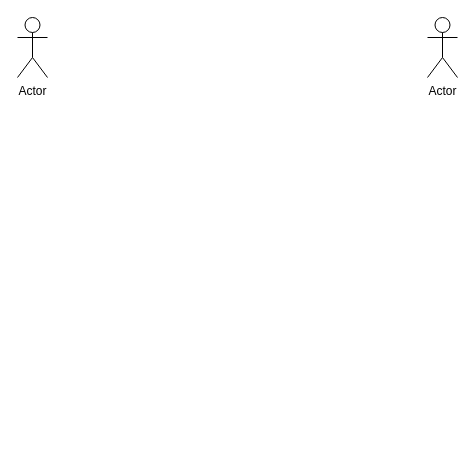
Earlier version of the draw.io diagram page "Página-1" (1 of 2) of start.drawio (BrunoSprint/drawio). Source tidied: cells renumbered, new cells numbered last; positions are measured from the earlier drawing's top-left corner, leaving out a move shared by most shapes. Both pictures are drawn from the tidied source at 100%, with x=0, y=0 at pixel (17, 17).
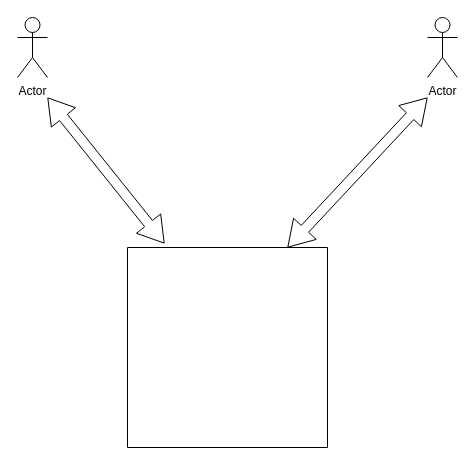
After the change.

The edit, as a diff of the source:
```diff
@@
 <mxGraphModel>
   <root>
     <mxCell id="0" />
     <mxCell id="1" parent="0" />
     <mxCell id="2" value="Actor" style="shape=umlActor;verticalLabelPosition=bottom;verticalAlign=top;html=1;" parent="1" vertex="1">
       <mxGeometry width="30" height="60" as="geometry" />
     </mxCell>
     <mxCell id="3" value="Actor" style="shape=umlActor;verticalLabelPosition=bottom;verticalAlign=top;html=1;" parent="1" vertex="1">
       <mxGeometry x="410" width="30" height="60" as="geometry" />
     </mxCell>
+    <mxCell id="4" style="swimlane;startSize=0;" parent="1" vertex="1">
+      <mxGeometry x="110" y="230" width="200" height="200" as="geometry" />
+    </mxCell>
+    <mxCell id="5" style="shape=flexArrow;endArrow=classic;startArrow=classic;html=1;rounded=0;fontSize=12;startSize=8;endSize=8;curved=1;exitX=0.185;exitY=-0.02;exitDx=0;exitDy=0;exitPerimeter=0;" parent="1" edge="1" source="4">
+      <mxGeometry relative="1" as="geometry">
+        <mxPoint x="30" y="80" as="targetPoint" />
+      </mxGeometry>
+    </mxCell>
+    <mxCell id="6" style="shape=flexArrow;endArrow=classic;startArrow=classic;html=1;rounded=0;fontSize=12;startSize=8;endSize=8;curved=1;" parent="1" edge="1">
+      <mxGeometry relative="1" as="geometry">
+        <mxPoint x="270" y="230" as="sourcePoint" />
+        <mxPoint x="410" y="80" as="targetPoint" />
+      </mxGeometry>
+    </mxCell>
   </root>
 </mxGraphModel>
```
